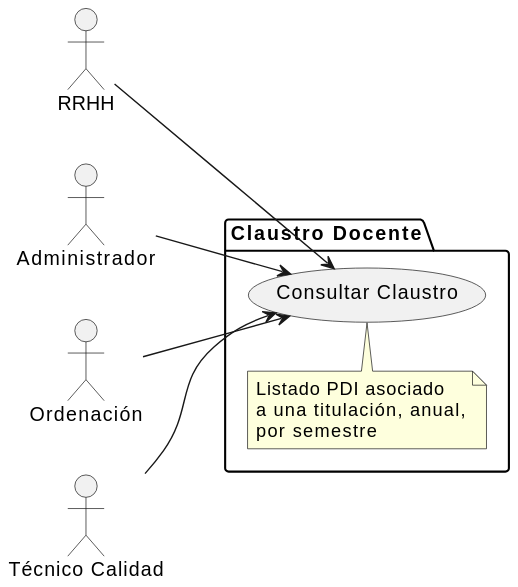
Earlier version of the PlantUML export images/modelosUML/CdU/Individuales/ClaustroDocente.svg (mmasias/24-25-IdSw1-SDR). The source it was exported from:
```plantuml
@startuml
left to right direction

actor "RRHH" as rrhh
actor "Administrador" as admin
actor "Ordenación" as ord
actor "Técnico Calidad" as tec

package "Claustro Docente" as claustroPackage {
    usecase "Consultar Claustro" as consClaustro
    note top of consClaustro
        Listado PDI asociado
        a una titulación, anual,
        por semestre
    end note
}

rrhh --> consClaustro
admin --> consClaustro
ord --> consClaustro
tec --> consClaustro
@enduml
```
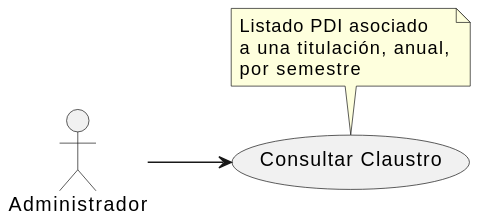
The same file after the commit.

Diff of the diagram source:
```diff
@@ -1,22 +1,14 @@
 @startuml
 left to right direction
 
-actor "RRHH" as rrhh
 actor "Administrador" as admin
-actor "Ordenación" as ord
-actor "Técnico Calidad" as tec
 
-package "Claustro Docente" as claustroPackage {
-    usecase "Consultar Claustro" as consClaustro
-    note top of consClaustro
-        Listado PDI asociado
-        a una titulación, anual,
-        por semestre
-    end note
-}
+usecase "Consultar Claustro" as consClaustro
+note top of consClaustro
+    Listado PDI asociado
+    a una titulación, anual,
+    por semestre
+end note
 
-rrhh --> consClaustro
 admin --> consClaustro
-ord --> consClaustro
-tec --> consClaustro
 @enduml
```
